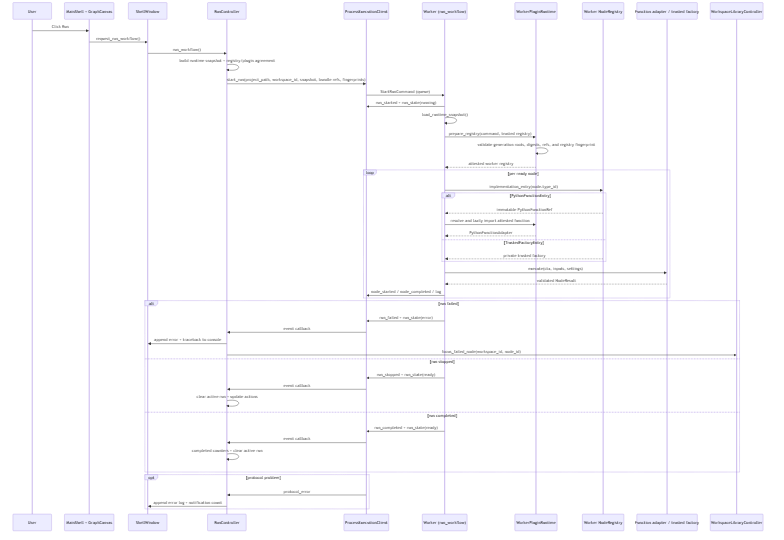
Earlier version of the Mermaid export docs/architecture_diagrams/run_sequence.png (emreatay993/EA_Node). Its source is kept beside it as docs/architecture_diagrams/run_sequence.mmd.
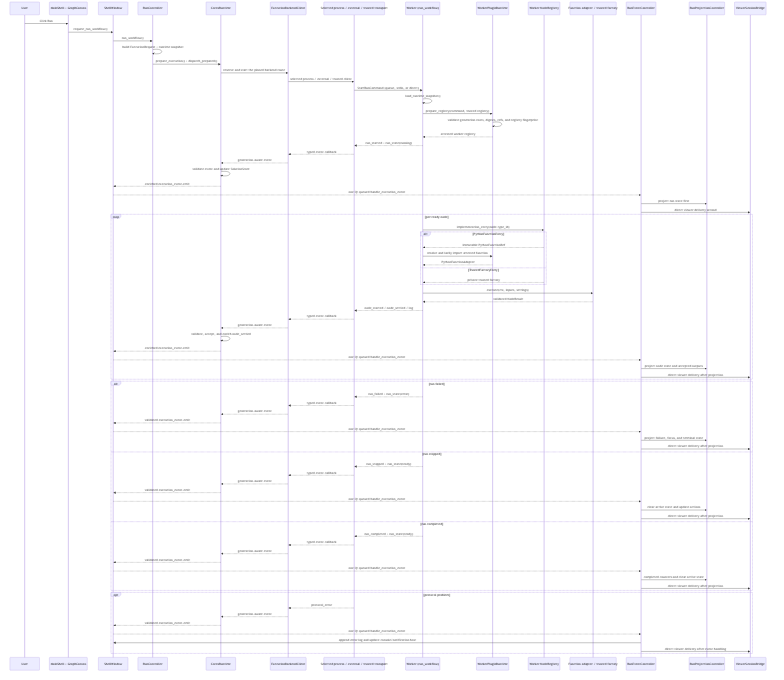
After the change.

Change to the diagram source:
```diff
@@ -3,24 +3,37 @@
     participant QML as MainShell + GraphCanvas
     participant SW as ShellWindow
     participant RC as RunController
-    participant EC as ProcessExecutionClient
+    participant CR as CorexRuntime
+    participant BC as ExecutionBackendClient
+    participant T as Selected process / external / trusted transport
     participant W as Worker (run_workflow)
     participant PR as WorkerPluginRuntime
     participant R as Worker NodeRegistry
     participant I as Function adapter / trusted factory
-    participant WLC as WorkspaceLibraryController
+    participant REC as RunEventController
+    participant RPC as RunProjectionController
+    participant VS as ViewerSessionBridge
 
     User->>QML: Click Run
     QML->>SW: request_run_workflow()
     SW->>RC: run_workflow()
-    RC->>RC: build runtime snapshot + registry/plugin agreement
-    RC->>EC: start_run(project_path, workspace_id, snapshot, bundle refs, fingerprints)
-    EC->>W: StartRunCommand (queue)
-    W->>EC: run_started + run_state(running)
+    RC->>RC: build ExecutionRequest + runtime snapshot
+    RC->>CR: prepare_execution() + dispatch_prepared()
+    CR->>BC: reserve and start the pinned backend route
+    BC->>T: selected process / external / trusted client
+    T->>W: StartRunCommand (queue, stdio, or direct)
     W->>W: load_runtime_snapshot()
     W->>PR: prepare_registry(command, trusted registry)
     PR->>PR: validate generation roots, digests, refs, and registry fingerprint
     PR-->>W: attested worker registry
+    W-->>T: run_started + run_state(running)
+    T-->>BC: typed event callback
+    BC-->>CR: generation-aware event
+    CR->>CR: validate event and update SolutionStore
+    CR-->>SW: enriched execution_event.emit
+    SW-->>REC: one Qt queued handle_execution_event
+    REC->>RPC: project run state first
+    REC->>VS: direct viewer delivery second
 
     loop per ready node
         W->>R: implementation_entry(node.type_id)
@@ -33,25 +46,47 @@
         end
         W->>I: execute(ctx, inputs, settings)
         I-->>W: validated NodeResult
-        W->>EC: node_started / node_completed / log
+        W-->>T: node_started / node_settled / log
+        T-->>BC: typed event callback
+        BC-->>CR: generation-aware event
+        CR->>CR: validate, accept, and enrich node_settled
+        CR-->>SW: enriched execution_event.emit
+        SW-->>REC: one Qt queued handle_execution_event
+        REC->>RPC: project node state and accepted outputs
+        REC->>VS: direct viewer delivery after projection
     end
 
     alt run failed
-        W->>EC: run_failed + run_state(error)
-        EC->>RC: event callback
-        RC->>SW: append error + traceback to console
-        RC->>WLC: focus_failed_node(workspace_id, node_id)
+        W-->>T: run_failed + run_state(error)
+        T-->>BC: typed event callback
+        BC-->>CR: generation-aware event
+        CR-->>SW: validated execution_event.emit
+        SW-->>REC: one Qt queued handle_execution_event
+        REC->>RPC: project failure, focus, and terminal state
+        REC->>VS: direct viewer delivery after projection
     else run stopped
-        W->>EC: run_stopped + run_state(ready)
-        EC->>RC: event callback
-        RC->>RC: clear active run + update actions
+        W-->>T: run_stopped + run_state(ready)
+        T-->>BC: typed event callback
+        BC-->>CR: generation-aware event
+        CR-->>SW: validated execution_event.emit
+        SW-->>REC: one Qt queued handle_execution_event
+        REC->>RPC: clear active state and update actions
+        REC->>VS: direct viewer delivery after projection
     else run completed
-        W->>EC: run_completed + run_state(ready)
-        EC->>RC: event callback
-        RC->>RC: completed counters + clear active run
+        W-->>T: run_completed + run_state(ready)
+        T-->>BC: typed event callback
+        BC-->>CR: generation-aware event
+        CR-->>SW: validated execution_event.emit
+        SW-->>REC: one Qt queued handle_execution_event
+        REC->>RPC: completed counters and clear active state
+        REC->>VS: direct viewer delivery after projection
     end
 
     opt protocol problem
-        EC->>RC: protocol_error
-        RC->>SW: append error log + notification count
+        T-->>BC: protocol_error
+        BC-->>CR: generation-aware event
+        CR-->>SW: validated execution_event.emit
+        SW-->>REC: one Qt queued handle_execution_event
+        REC->>SW: append error log and update console/notification host
+        REC->>VS: direct viewer delivery after event handling
     end
```
